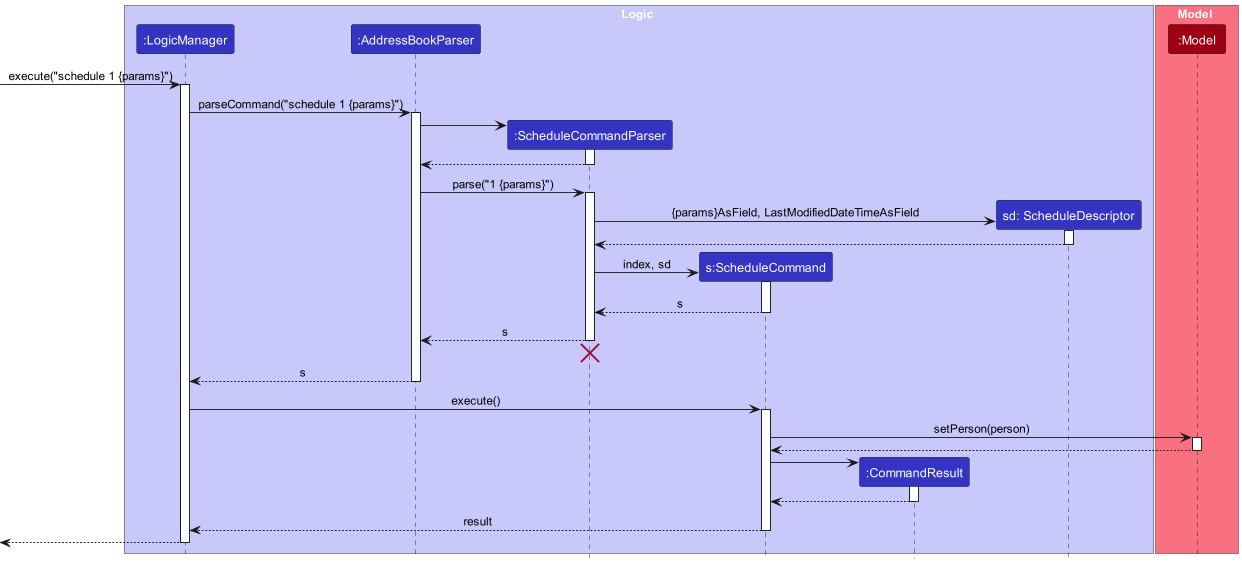
xavierpok/tp keeps this PlantUML diagram as docs/images/ScheduleSequenceDiagram.png. Above is the earlier version.
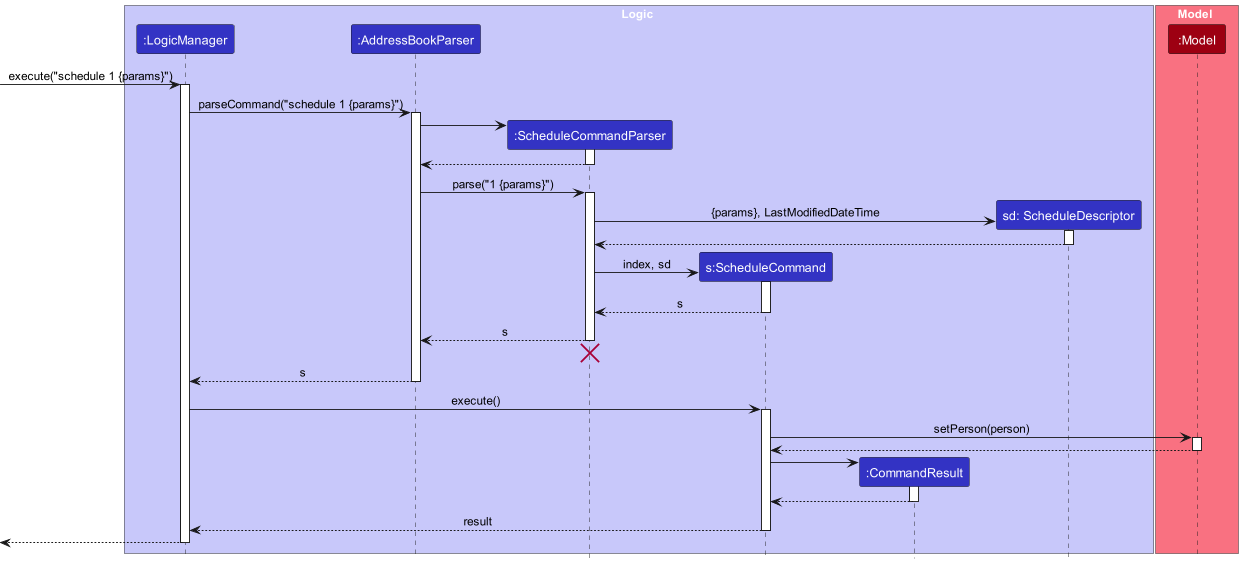
After the change.

Diff of the diagram source:
```diff
@@ -36,7 +36,7 @@
 
 
 create Person
-ScheduleCommandParser -> Person : {params}AsField, LastModifiedDateTimeAsField
+ScheduleCommandParser -> Person : {params}, LastModifiedDateTime
 activate Person
 Person --> ScheduleCommandParser
 deactivate Person
```
